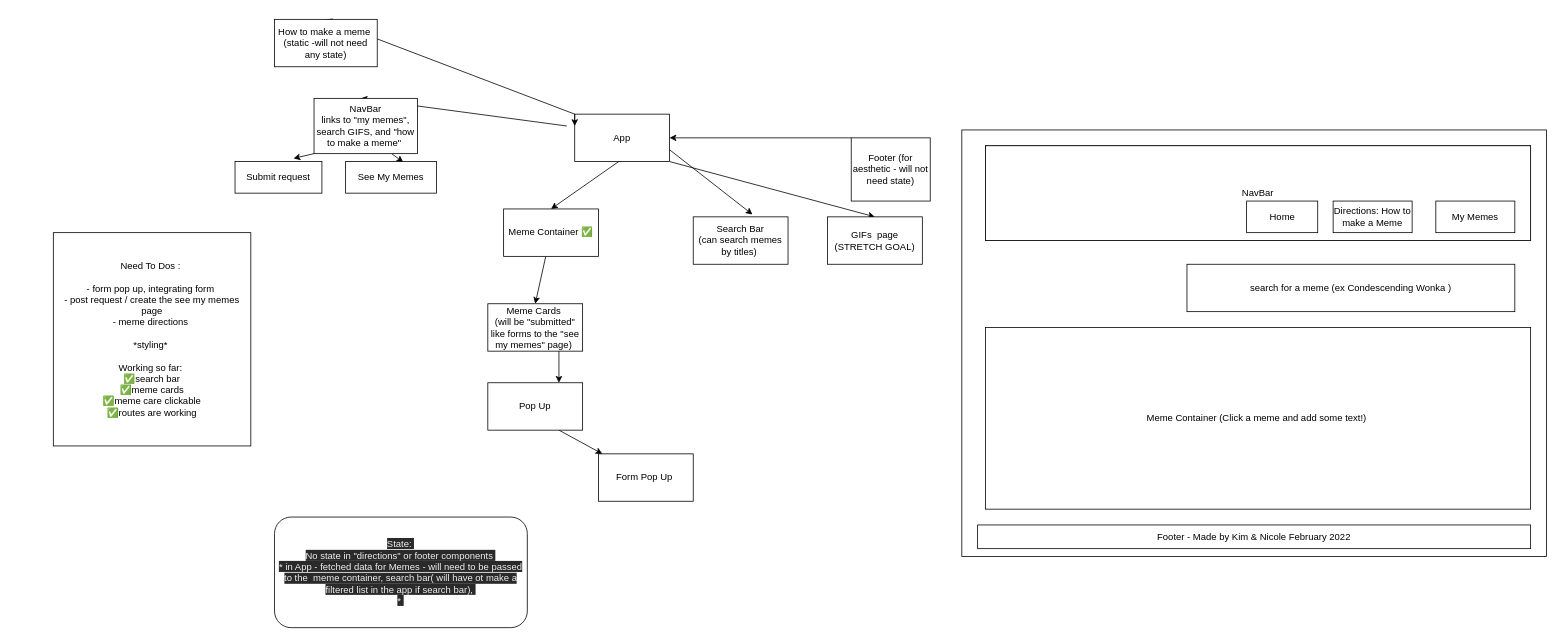
kshayes78/Meme-app keeps this draw.io diagram as src/hierarchy.drawio. Above is the earlier version. Source tidied: cells renumbered, new cells numbered last; positions are measured from the earlier drawing's top-left corner, leaving out a move shared by most shapes. Both pictures are drawn from the tidied source at 79%, with x=0, y=0 at pixel (53, 19).
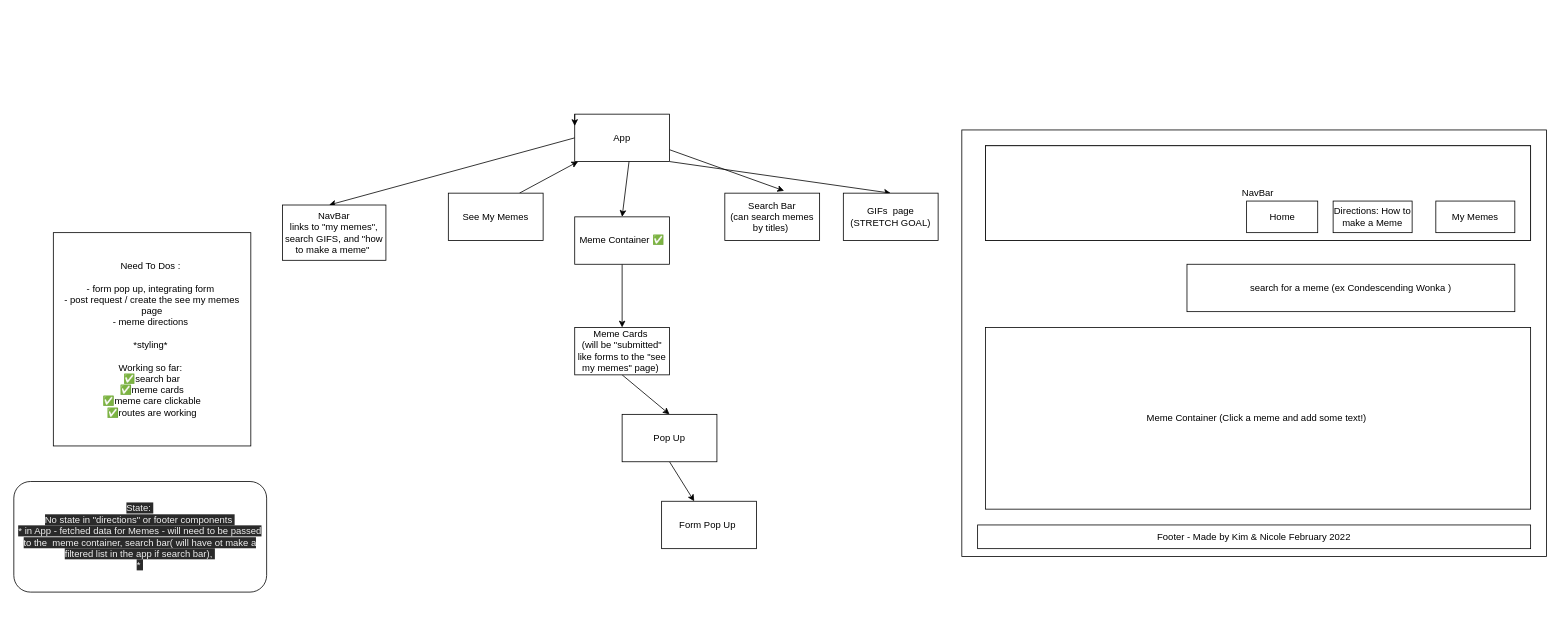
The same page after the edit.

Commit message (it also covers changes not shown here):
post working but not adding to state

The change refers to these unchanged cells:
```xml
<mxCell id="13" value="App" style="rounded=0;whiteSpace=wrap;html=1;" parent="1" vertex="1">
  <mxGeometry x="660" y="120" width="120" height="60" as="geometry" />
</mxCell>
```

Diff of the diagram source:
```diff
@@
-    <mxCell id="8" style="edgeStyle=none;html=1;entryX=0.45;entryY=0;entryDx=0;entryDy=0;entryPerimeter=0;" parent="1" edge="1" target="16">
-      <mxGeometry relative="1" as="geometry">
-        <mxPoint x="650" y="135" as="sourcePoint" />
-      </mxGeometry>
+    <mxCell id="8" style="edgeStyle=none;html=1;entryX=0.45;entryY=0;entryDx=0;entryDy=0;entryPerimeter=0;exitX=0;exitY=0.5;exitDx=0;exitDy=0;" parent="1" edge="1" source="13" target="16">
+      <mxGeometry relative="1" as="geometry" />
     </mxCell>
@@
-    <mxCell id="11" style="edgeStyle=none;html=1;exitX=0;exitY=0;exitDx=0;exitDy=0;entryX=0.5;entryY=0;entryDx=0;entryDy=0;" parent="1" edge="1" source="13" target="27">
-      <mxGeometry relative="1" as="geometry" />
-    </mxCell>
@@
-    <mxCell id="14" style="edgeStyle=none;html=1;exitX=0;exitY=1;exitDx=0;exitDy=0;entryX=0.673;entryY=-0.1;entryDx=0;entryDy=0;entryPerimeter=0;" parent="1" edge="1" source="16" target="19">
-      <mxGeometry relative="1" as="geometry" />
-    </mxCell>
-    <mxCell id="15" style="edgeStyle=none;html=1;exitX=0.75;exitY=1;exitDx=0;exitDy=0;entryX=0.635;entryY=0.025;entryDx=0;entryDy=0;entryPerimeter=0;" parent="1" edge="1" source="16" target="20">
-      <mxGeometry relative="1" as="geometry" />
-    </mxCell>
     <mxCell id="16" value="NavBar&lt;br&gt;links to &quot;my memes&quot;, search GIFS, and &quot;how to make a meme&quot;&amp;nbsp;" style="rounded=0;whiteSpace=wrap;html=1;" parent="1" vertex="1">
-      <mxGeometry x="330" y="100" width="131" height="70" as="geometry" />
+      <mxGeometry x="290" y="235" width="131" height="70" as="geometry" />
     </mxCell>
@@
     <mxCell id="18" value="Meme Container ✅" style="rounded=0;whiteSpace=wrap;html=1;" parent="1" vertex="1">
-      <mxGeometry x="570" y="240" width="120" height="60" as="geometry" />
+      <mxGeometry x="660" y="250" width="120" height="60" as="geometry" />
     </mxCell>
-    <mxCell id="19" value="Submit request" style="rounded=0;whiteSpace=wrap;html=1;" parent="1" vertex="1">
-      <mxGeometry x="230" y="180" width="110" height="40" as="geometry" />
-    </mxCell>
-    <mxCell id="20" value="See My Memes" style="rounded=0;whiteSpace=wrap;html=1;" parent="1" vertex="1">
-      <mxGeometry x="370" y="180" width="115" height="40" as="geometry" />
-    </mxCell>
     <mxCell id="21" value="Search Bar&lt;br&gt;(can search memes by titles)&amp;nbsp;" style="rounded=0;whiteSpace=wrap;html=1;" parent="1" vertex="1">
-      <mxGeometry x="810" y="250" width="120" height="60" as="geometry" />
+      <mxGeometry x="850" y="220" width="120" height="60" as="geometry" />
     </mxCell>
-    <mxCell id="22" style="edgeStyle=none;html=1;exitX=0.75;exitY=1;exitDx=0;exitDy=0;entryX=0.75;entryY=0;entryDx=0;entryDy=0;" parent="1" edge="1" source="23" target="35">
+    <mxCell id="22" style="edgeStyle=none;html=1;exitX=0.5;exitY=1;exitDx=0;exitDy=0;entryX=0.5;entryY=0;entryDx=0;entryDy=0;" parent="1" edge="1" source="23" target="35">
       <mxGeometry relative="1" as="geometry" />
     </mxCell>
     <mxCell id="23" value="Meme Cards&amp;nbsp;&lt;br&gt;(will be &quot;submitted&quot; like forms to the &quot;see my memes&quot; page)&amp;nbsp;" style="rounded=0;whiteSpace=wrap;html=1;" parent="1" vertex="1">
-      <mxGeometry x="550" y="360" width="120" height="60" as="geometry" />
+      <mxGeometry x="660" y="390" width="120" height="60" as="geometry" />
     </mxCell>
@@
-    <mxCell id="27" value="How to make a meme&amp;nbsp;&lt;br&gt;(static -will not need any state)" style="rounded=0;whiteSpace=wrap;html=1;" parent="1" vertex="1">
-      <mxGeometry x="280" width="130" height="60" as="geometry" />
-    </mxCell>
-    <mxCell id="28" style="edgeStyle=none;html=1;exitX=0;exitY=0;exitDx=0;exitDy=0;" parent="1" edge="1" source="29" target="13">
-      <mxGeometry relative="1" as="geometry" />
-    </mxCell>
-    <mxCell id="29" value="Footer (for aesthetic - will not need state)" style="rounded=0;whiteSpace=wrap;html=1;" parent="1" vertex="1">
-      <mxGeometry x="1010" y="150" width="100" height="80" as="geometry" />
-    </mxCell>
     <mxCell id="30" value="&lt;span style=&quot;color: rgb(240 , 240 , 240) ; font-family: &amp;#34;helvetica&amp;#34; ; font-size: 12px ; font-style: normal ; font-weight: 400 ; letter-spacing: normal ; text-align: center ; text-indent: 0px ; text-transform: none ; word-spacing: 0px ; background-color: rgb(42 , 42 , 42) ; display: inline ; float: none&quot;&gt;State:&amp;nbsp;&lt;/span&gt;&lt;br style=&quot;color: rgb(240 , 240 , 240) ; font-family: &amp;#34;helvetica&amp;#34; ; font-size: 12px ; font-style: normal ; font-weight: 400 ; letter-spacing: normal ; text-align: center ; text-indent: 0px ; text-transform: none ; word-spacing: 0px ; background-color: rgb(42 , 42 , 42)&quot;&gt;&lt;span style=&quot;color: rgb(240 , 240 , 240) ; font-family: &amp;#34;helvetica&amp;#34; ; font-size: 12px ; font-style: normal ; font-weight: 400 ; letter-spacing: normal ; text-align: center ; text-indent: 0px ; text-transform: none ; word-spacing: 0px ; background-color: rgb(42 , 42 , 42) ; display: inline ; float: none&quot;&gt;No state in &quot;directions&quot; or footer components&amp;nbsp;&lt;/span&gt;&lt;br style=&quot;color: rgb(240 , 240 , 240) ; font-family: &amp;#34;helvetica&amp;#34; ; font-size: 12px ; font-style: normal ; font-weight: 400 ; letter-spacing: normal ; text-align: center ; text-indent: 0px ; text-transform: none ; word-spacing: 0px ; background-color: rgb(42 , 42 , 42)&quot;&gt;&lt;span style=&quot;color: rgb(240 , 240 , 240) ; font-family: &amp;#34;helvetica&amp;#34; ; font-size: 12px ; font-style: normal ; font-weight: 400 ; letter-spacing: normal ; text-align: center ; text-indent: 0px ; text-transform: none ; word-spacing: 0px ; background-color: rgb(42 , 42 , 42) ; display: inline ; float: none&quot;&gt;* in App - fetched data for Memes - will need to be passed to the&amp;nbsp; meme container, search bar( will have ot make a filtered list in the app if search bar),&amp;nbsp;&lt;/span&gt;&lt;br style=&quot;color: rgb(240 , 240 , 240) ; font-family: &amp;#34;helvetica&amp;#34; ; font-size: 12px ; font-style: normal ; font-weight: 400 ; letter-spacing: normal ; text-align: center ; text-indent: 0px ; text-transform: none ; word-spacing: 0px ; background-color: rgb(42 , 42 , 42)&quot;&gt;&lt;span style=&quot;color: rgb(240 , 240 , 240) ; font-family: &amp;#34;helvetica&amp;#34; ; font-size: 12px ; font-style: normal ; font-weight: 400 ; letter-spacing: normal ; text-align: center ; text-indent: 0px ; text-transform: none ; word-spacing: 0px ; background-color: rgb(42 , 42 , 42) ; display: inline ; float: none&quot;&gt;*&amp;nbsp;&lt;/span&gt;" style="rounded=1;whiteSpace=wrap;html=1;" parent="1" vertex="1">
-      <mxGeometry x="280" y="630" width="320" height="140" as="geometry" />
+      <mxGeometry x="-50" y="585" width="320" height="140" as="geometry" />
     </mxCell>
     <mxCell id="31" value="GIFs&amp;nbsp; page (STRETCH GOAL)" style="rounded=0;whiteSpace=wrap;html=1;" parent="1" vertex="1">
-      <mxGeometry x="980" y="250" width="120" height="60" as="geometry" />
+      <mxGeometry x="1000" y="220" width="120" height="60" as="geometry" />
     </mxCell>
@@
-    <mxCell id="34" style="edgeStyle=none;html=1;exitX=0.75;exitY=1;exitDx=0;exitDy=0;" parent="1" edge="1" source="35" target="36">
+    <mxCell id="34" style="edgeStyle=none;html=1;exitX=0.5;exitY=1;exitDx=0;exitDy=0;" parent="1" edge="1" source="35" target="36">
       <mxGeometry relative="1" as="geometry" />
     </mxCell>
     <mxCell id="35" value="Pop Up" style="rounded=0;whiteSpace=wrap;html=1;" parent="1" vertex="1">
-      <mxGeometry x="550" y="460" width="120" height="60" as="geometry" />
+      <mxGeometry x="720" y="500" width="120" height="60" as="geometry" />
     </mxCell>
     <mxCell id="36" value="Form Pop Up&amp;nbsp;" style="rounded=0;whiteSpace=wrap;html=1;" parent="1" vertex="1">
-      <mxGeometry x="690" y="550" width="120" height="60" as="geometry" />
+      <mxGeometry x="770" y="610" width="120" height="60" as="geometry" />
     </mxCell>
+    <mxCell id="37" style="edgeStyle=none;html=1;exitX=0.75;exitY=0;exitDx=0;exitDy=0;" parent="1" edge="1" source="20" target="13">
+      <mxGeometry relative="1" as="geometry" />
+    </mxCell>
+    <mxCell id="20" value="See My Memes" style="rounded=0;whiteSpace=wrap;html=1;" parent="1" vertex="1">
+      <mxGeometry x="500" y="220" width="120" height="60" as="geometry" />
+    </mxCell>
```
